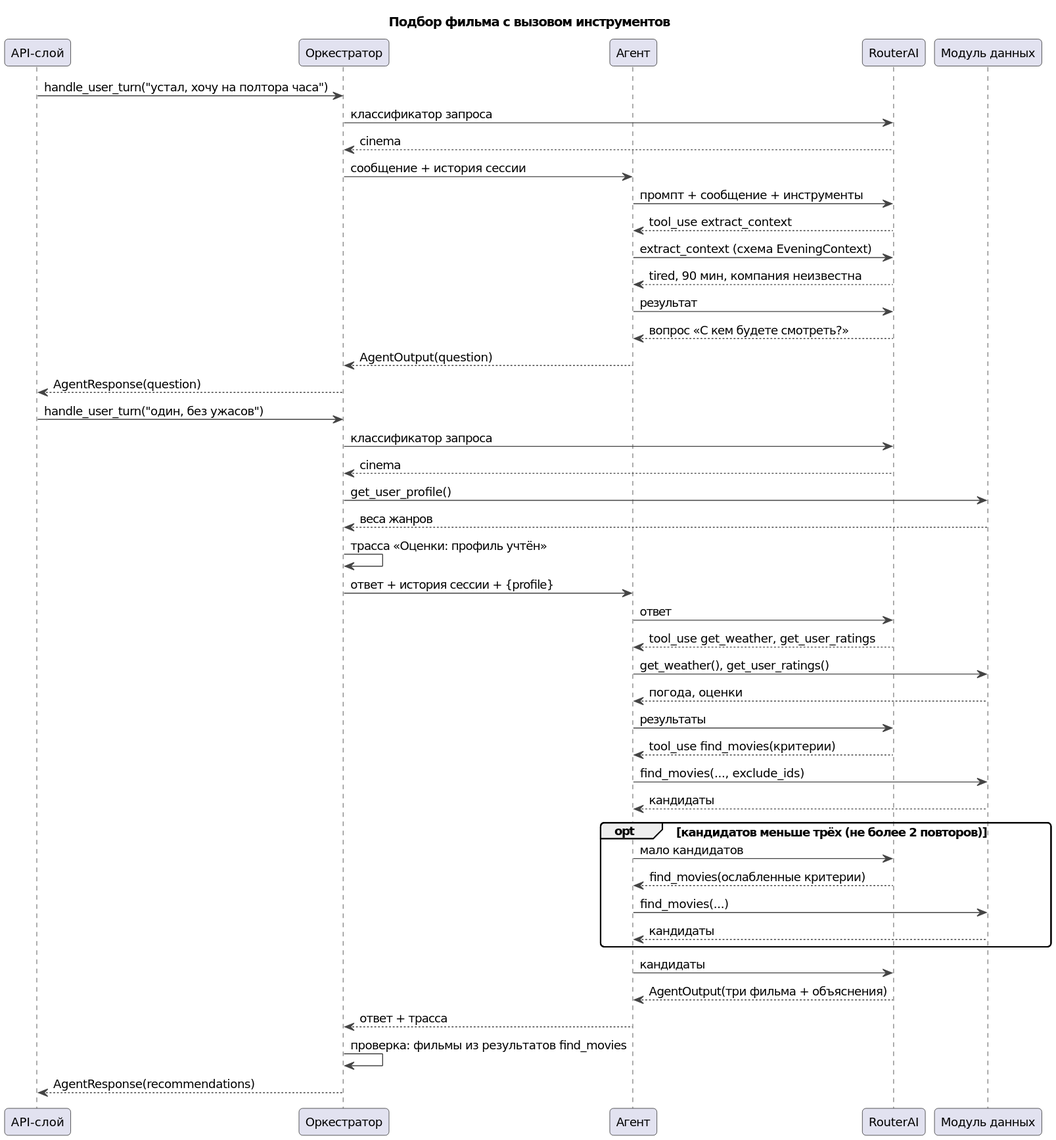
Before: documents/agents/diagrams/155-seq-recommend.svg, a diagram exported from PlantUML (ryDIEv/CineMatch).
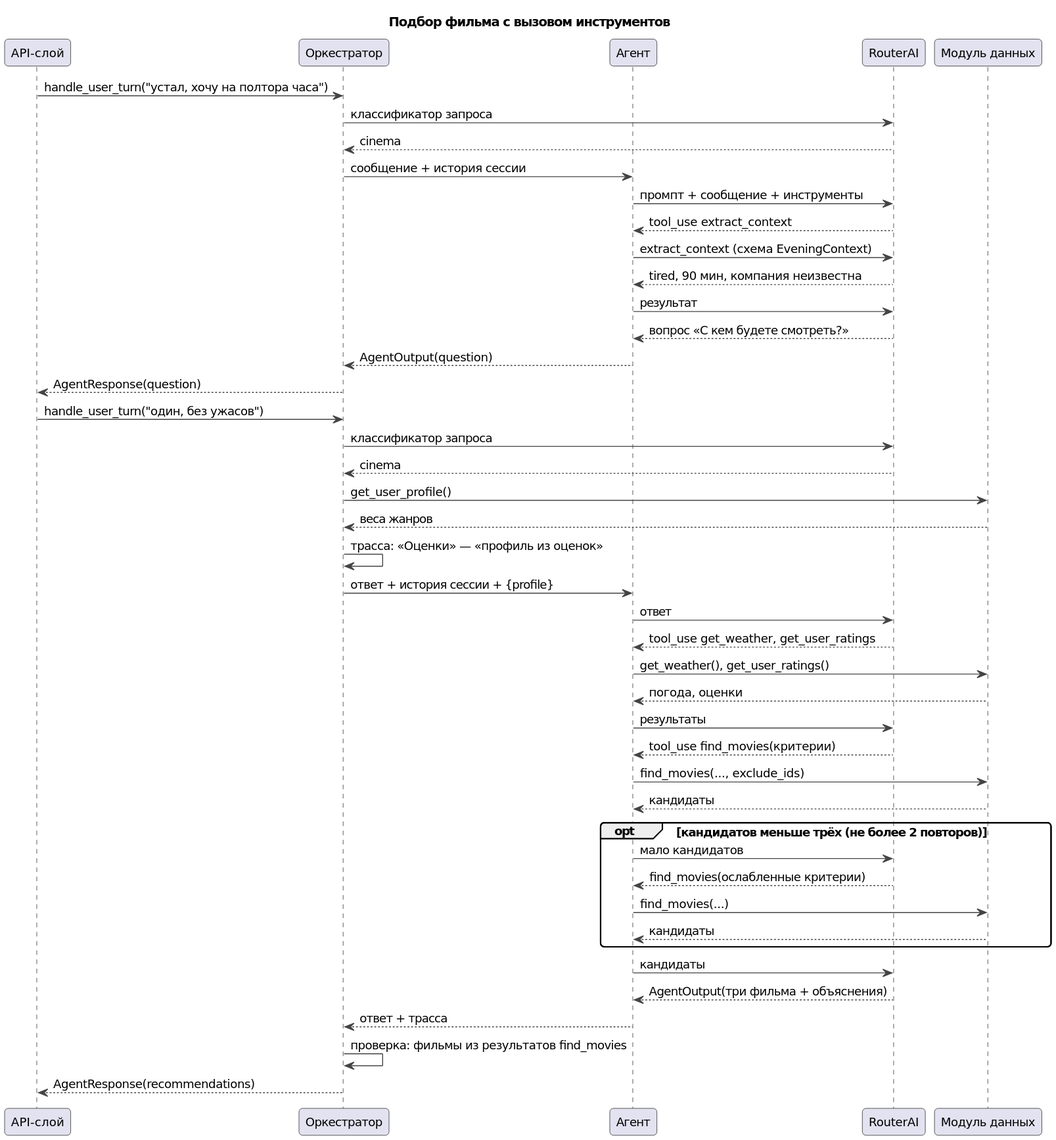
The same diagram one commit later.

What changed in the source:
```diff
@@ -23,7 +23,7 @@
 M --> O : cinema
 O -> D : get_user_profile()
 D --> O : веса жанров
-O -> O : трасса «Оценки: профиль учтён»
+O -> O : трасса: «Оценки» — «профиль из оценок»
 O -> A : ответ + история сессии + {profile}
 A -> M : ответ
 M --> A : tool_use get_weather, get_user_ratings
```
